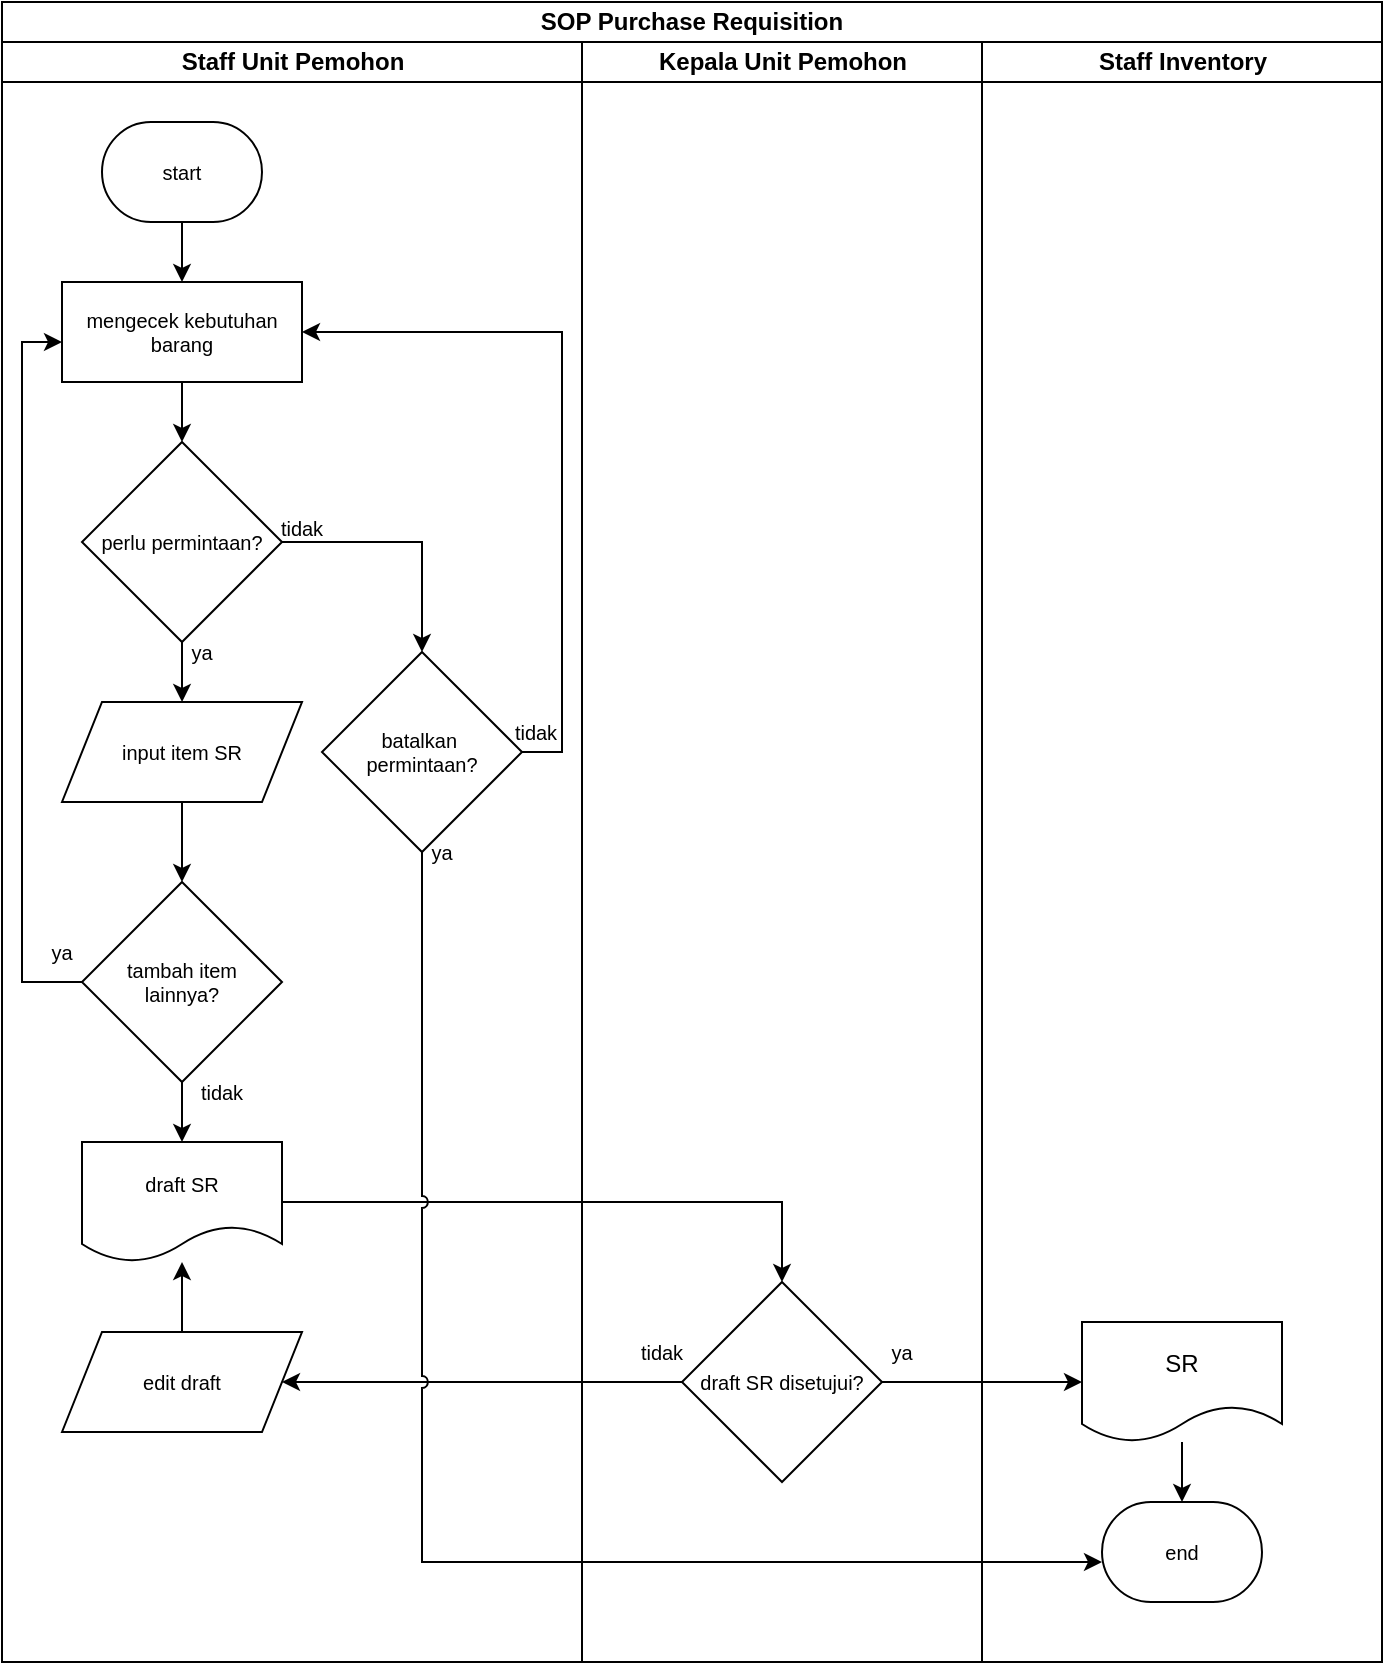
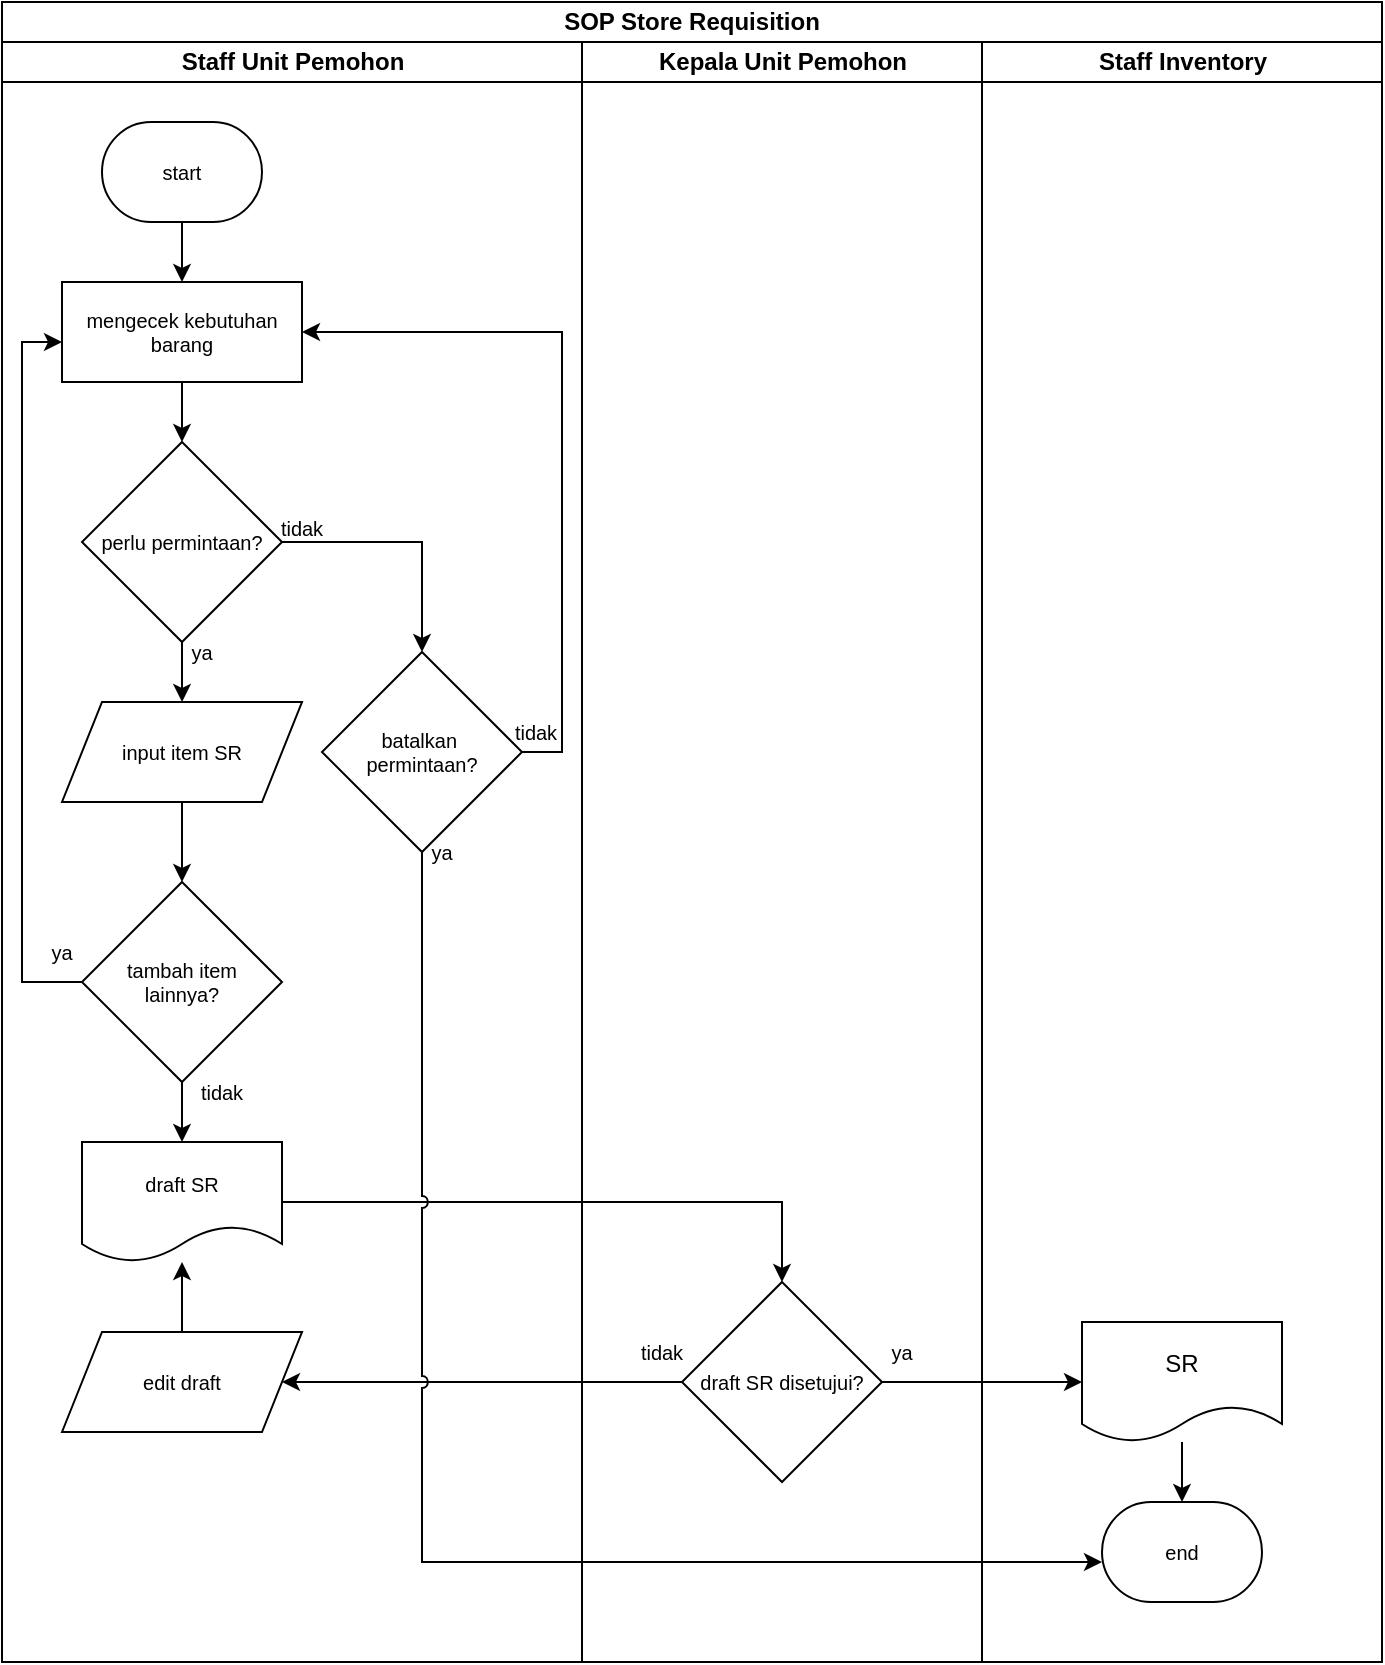
<mxfile host="app.diagrams.net" pages="2">
  <diagram name="SOP SR" id="mYAdajV0IufZudDyt58S">
-     <mxGraphModel dx="849" dy="478" grid="1" gridSize="10" guides="1" tooltips="1" connect="1" arrows="1" fold="1" page="1" pageScale="1" pageWidth="850" pageHeight="1100" math="0" shadow="0">
+     <mxGraphModel dx="1220" dy="688" grid="1" gridSize="10" guides="1" tooltips="1" connect="1" arrows="1" fold="1" page="1" pageScale="1" pageWidth="850" pageHeight="1100" math="0" shadow="0">
      <root>
        <mxCell id="ewqPmyVIHkz6pLOVAfYW-0" />
        <mxCell id="ewqPmyVIHkz6pLOVAfYW-1" parent="ewqPmyVIHkz6pLOVAfYW-0" />
-         <mxCell id="ewqPmyVIHkz6pLOVAfYW-2" parent="ewqPmyVIHkz6pLOVAfYW-1" style="swimlane;html=1;childLayout=stackLayout;resizeParent=1;resizeParentMax=0;startSize=20;whiteSpace=wrap;" value="SOP Purchase Requisition" vertex="1">
+         <mxCell id="ewqPmyVIHkz6pLOVAfYW-2" parent="ewqPmyVIHkz6pLOVAfYW-1" style="swimlane;html=1;childLayout=stackLayout;resizeParent=1;resizeParentMax=0;startSize=20;whiteSpace=wrap;" value="SOP Store Requisition" vertex="1">
          <mxGeometry height="830" width="690" x="610" y="360" as="geometry">
            <mxRectangle height="30" width="210" x="140" y="110" as="alternateBounds" />
          </mxGeometry>
        </mxCell>
        <mxCell id="ewqPmyVIHkz6pLOVAfYW-3" parent="ewqPmyVIHkz6pLOVAfYW-2" style="swimlane;html=1;startSize=20;" value="Staff Unit Pemohon" vertex="1">
          <mxGeometry height="810" width="290" y="20" as="geometry" />
        </mxCell>
        <mxCell id="ewqPmyVIHkz6pLOVAfYW-4" parent="ewqPmyVIHkz6pLOVAfYW-3" style="strokeWidth=1;html=1;shape=mxgraph.flowchart.terminator;whiteSpace=wrap;fontSize=10;align=center;horizontal=1;spacing=0;" value="start" vertex="1">
          <mxGeometry height="50" width="80" x="50" y="40" as="geometry" />
        </mxCell>
        <mxCell id="ewqPmyVIHkz6pLOVAfYW-5" parent="ewqPmyVIHkz6pLOVAfYW-3" style="rounded=0;whiteSpace=wrap;html=1;absoluteArcSize=1;arcSize=7;strokeWidth=1;fontSize=10;" value="mengecek kebutuhan barang" vertex="1">
          <mxGeometry height="50" width="120" x="30" y="120" as="geometry" />
        </mxCell>
        <mxCell id="ewqPmyVIHkz6pLOVAfYW-6" edge="1" parent="ewqPmyVIHkz6pLOVAfYW-3" source="ewqPmyVIHkz6pLOVAfYW-5" style="edgeStyle=orthogonalEdgeStyle;rounded=0;orthogonalLoop=1;jettySize=auto;html=1;" value="">
          <mxGeometry relative="1" as="geometry">
            <mxPoint x="90" y="200" as="targetPoint" />
          </mxGeometry>
        </mxCell>
        <mxCell id="ewqPmyVIHkz6pLOVAfYW-7" edge="1" parent="ewqPmyVIHkz6pLOVAfYW-3" source="ewqPmyVIHkz6pLOVAfYW-4" style="edgeStyle=orthogonalEdgeStyle;rounded=0;orthogonalLoop=1;jettySize=auto;html=1;" target="ewqPmyVIHkz6pLOVAfYW-5" value="">
          <mxGeometry relative="1" as="geometry" />
        </mxCell>
        <mxCell id="ewqPmyVIHkz6pLOVAfYW-8" edge="1" parent="ewqPmyVIHkz6pLOVAfYW-3" source="ewqPmyVIHkz6pLOVAfYW-9" style="edgeStyle=orthogonalEdgeStyle;rounded=0;orthogonalLoop=1;jettySize=auto;html=1;" value="">
          <mxGeometry relative="1" as="geometry">
            <mxPoint x="90.02564102564111" y="330" as="targetPoint" />
          </mxGeometry>
        </mxCell>
        <mxCell id="ewqPmyVIHkz6pLOVAfYW-9" parent="ewqPmyVIHkz6pLOVAfYW-3" style="rhombus;whiteSpace=wrap;html=1;fontSize=10;" value="perlu permintaan?" vertex="1">
          <mxGeometry height="100" width="100" x="40" y="200" as="geometry" />
        </mxCell>
        <mxCell id="ewqPmyVIHkz6pLOVAfYW-10" edge="1" parent="ewqPmyVIHkz6pLOVAfYW-3" source="ewqPmyVIHkz6pLOVAfYW-14" style="edgeStyle=orthogonalEdgeStyle;rounded=0;orthogonalLoop=1;jettySize=auto;html=1;" target="ewqPmyVIHkz6pLOVAfYW-13" value="">
          <mxGeometry relative="1" as="geometry">
            <Array as="points" />
            <mxPoint x="90" y="380" as="sourcePoint" />
          </mxGeometry>
        </mxCell>
        <mxCell id="ewqPmyVIHkz6pLOVAfYW-11" edge="1" parent="ewqPmyVIHkz6pLOVAfYW-3" source="ewqPmyVIHkz6pLOVAfYW-13" style="edgeStyle=orthogonalEdgeStyle;rounded=0;orthogonalLoop=1;jettySize=auto;html=1;" target="ewqPmyVIHkz6pLOVAfYW-5">
          <mxGeometry relative="1" as="geometry">
            <Array as="points">
              <mxPoint x="10" y="470" />
              <mxPoint x="10" y="150" />
            </Array>
            <mxPoint x="90" y="110" as="targetPoint" />
          </mxGeometry>
        </mxCell>
        <mxCell id="ewqPmyVIHkz6pLOVAfYW-12" edge="1" parent="ewqPmyVIHkz6pLOVAfYW-3" source="ewqPmyVIHkz6pLOVAfYW-13" style="edgeStyle=orthogonalEdgeStyle;rounded=0;orthogonalLoop=1;jettySize=auto;html=1;" value="">
          <mxGeometry relative="1" as="geometry">
            <mxPoint x="90" y="550" as="targetPoint" />
          </mxGeometry>
        </mxCell>
        <mxCell id="ewqPmyVIHkz6pLOVAfYW-13" parent="ewqPmyVIHkz6pLOVAfYW-3" style="rhombus;whiteSpace=wrap;html=1;fontSize=10;" value="tambah item&lt;div&gt;lainnya?&lt;/div&gt;" vertex="1">
          <mxGeometry height="100" width="100" x="40" y="420" as="geometry" />
        </mxCell>
        <mxCell id="ewqPmyVIHkz6pLOVAfYW-14" parent="ewqPmyVIHkz6pLOVAfYW-3" style="shape=parallelogram;perimeter=parallelogramPerimeter;whiteSpace=wrap;html=1;fixedSize=1;" value="&lt;div style=&quot;&quot;&gt;&lt;span style=&quot;font-size: 10px;&quot;&gt;input item SR&lt;/span&gt;&lt;/div&gt;" vertex="1">
          <mxGeometry height="50" width="120" x="30" y="330" as="geometry" />
        </mxCell>
        <mxCell id="ewqPmyVIHkz6pLOVAfYW-15" parent="ewqPmyVIHkz6pLOVAfYW-3" style="shape=document;whiteSpace=wrap;html=1;boundedLbl=1;" value="&lt;font style=&quot;font-size: 10px;&quot;&gt;draft SR&lt;/font&gt;" vertex="1">
          <mxGeometry height="60" width="100" x="40" y="550" as="geometry" />
        </mxCell>
        <mxCell id="ewqPmyVIHkz6pLOVAfYW-16" edge="1" parent="ewqPmyVIHkz6pLOVAfYW-3" source="ewqPmyVIHkz6pLOVAfYW-17" style="edgeStyle=orthogonalEdgeStyle;rounded=0;orthogonalLoop=1;jettySize=auto;html=1;" target="ewqPmyVIHkz6pLOVAfYW-15" value="">
          <mxGeometry relative="1" as="geometry" />
        </mxCell>
        <mxCell id="ewqPmyVIHkz6pLOVAfYW-17" parent="ewqPmyVIHkz6pLOVAfYW-3" style="shape=parallelogram;perimeter=parallelogramPerimeter;whiteSpace=wrap;html=1;fixedSize=1;" value="&lt;span style=&quot;font-size: 10px;&quot;&gt;edit draft&lt;/span&gt;" vertex="1">
          <mxGeometry height="50" width="120" x="30" y="645" as="geometry" />
        </mxCell>
        <mxCell id="ewqPmyVIHkz6pLOVAfYW-18" edge="1" parent="ewqPmyVIHkz6pLOVAfYW-3" source="ewqPmyVIHkz6pLOVAfYW-9" style="edgeStyle=orthogonalEdgeStyle;rounded=0;orthogonalLoop=1;jettySize=auto;html=1;" target="ewqPmyVIHkz6pLOVAfYW-20">
          <mxGeometry relative="1" as="geometry">
            <Array as="points">
              <mxPoint x="210" y="250" />
            </Array>
          </mxGeometry>
        </mxCell>
        <mxCell id="ewqPmyVIHkz6pLOVAfYW-19" edge="1" parent="ewqPmyVIHkz6pLOVAfYW-3" source="ewqPmyVIHkz6pLOVAfYW-20" style="edgeStyle=orthogonalEdgeStyle;rounded=0;orthogonalLoop=1;jettySize=auto;html=1;" target="ewqPmyVIHkz6pLOVAfYW-5">
          <mxGeometry relative="1" as="geometry">
            <Array as="points">
              <mxPoint x="280" y="355" />
              <mxPoint x="280" y="145" />
            </Array>
          </mxGeometry>
        </mxCell>
        <mxCell id="ewqPmyVIHkz6pLOVAfYW-20" parent="ewqPmyVIHkz6pLOVAfYW-3" style="rhombus;whiteSpace=wrap;html=1;fontSize=10;" value="batalkan&amp;nbsp;&lt;div&gt;permintaan?&lt;/div&gt;" vertex="1">
          <mxGeometry height="100" width="100" x="160" y="305" as="geometry" />
        </mxCell>
        <mxCell id="ewqPmyVIHkz6pLOVAfYW-21" parent="ewqPmyVIHkz6pLOVAfYW-3" style="text;html=1;align=center;verticalAlign=middle;whiteSpace=wrap;rounded=0;" value="&lt;font style=&quot;font-size: 10px;&quot;&gt;tidak&lt;/font&gt;" vertex="1">
          <mxGeometry height="30" width="60" x="120" y="228" as="geometry" />
        </mxCell>
        <mxCell id="ewqPmyVIHkz6pLOVAfYW-22" parent="ewqPmyVIHkz6pLOVAfYW-3" style="text;html=1;align=center;verticalAlign=middle;whiteSpace=wrap;rounded=0;" value="&lt;font style=&quot;font-size: 10px;&quot;&gt;ya&lt;/font&gt;" vertex="1">
          <mxGeometry height="30" width="60" x="70" y="290" as="geometry" />
        </mxCell>
        <mxCell id="ewqPmyVIHkz6pLOVAfYW-23" parent="ewqPmyVIHkz6pLOVAfYW-3" style="text;html=1;align=center;verticalAlign=middle;whiteSpace=wrap;rounded=0;" value="&lt;font style=&quot;font-size: 10px;&quot;&gt;tidak&lt;/font&gt;" vertex="1">
          <mxGeometry height="30" width="60" x="237" y="330" as="geometry" />
        </mxCell>
        <mxCell id="ewqPmyVIHkz6pLOVAfYW-24" parent="ewqPmyVIHkz6pLOVAfYW-3" style="text;html=1;align=center;verticalAlign=middle;whiteSpace=wrap;rounded=0;" value="&lt;font style=&quot;font-size: 10px;&quot;&gt;ya&lt;/font&gt;" vertex="1">
          <mxGeometry height="30" width="60" x="190" y="390" as="geometry" />
        </mxCell>
        <mxCell id="ewqPmyVIHkz6pLOVAfYW-25" parent="ewqPmyVIHkz6pLOVAfYW-3" style="text;html=1;align=center;verticalAlign=middle;whiteSpace=wrap;rounded=0;" value="&lt;font style=&quot;font-size: 10px;&quot;&gt;tidak&lt;/font&gt;" vertex="1">
          <mxGeometry height="30" width="60" x="80" y="510" as="geometry" />
        </mxCell>
        <mxCell id="ewqPmyVIHkz6pLOVAfYW-26" parent="ewqPmyVIHkz6pLOVAfYW-3" style="text;html=1;align=center;verticalAlign=middle;whiteSpace=wrap;rounded=0;" value="&lt;font style=&quot;font-size: 10px;&quot;&gt;ya&lt;/font&gt;" vertex="1">
          <mxGeometry height="30" width="60" y="440" as="geometry" />
        </mxCell>
        <mxCell id="ewqPmyVIHkz6pLOVAfYW-27" parent="ewqPmyVIHkz6pLOVAfYW-2" style="swimlane;html=1;startSize=20;" value="Kepala Unit Pemohon" vertex="1">
          <mxGeometry height="810" width="200" x="290" y="20" as="geometry" />
        </mxCell>
        <mxCell id="ewqPmyVIHkz6pLOVAfYW-28" parent="ewqPmyVIHkz6pLOVAfYW-27" style="rhombus;whiteSpace=wrap;html=1;fontSize=10;" value="draft SR disetujui?" vertex="1">
          <mxGeometry height="100" width="100" x="50" y="620" as="geometry" />
        </mxCell>
        <mxCell id="ewqPmyVIHkz6pLOVAfYW-29" parent="ewqPmyVIHkz6pLOVAfYW-27" style="text;html=1;align=center;verticalAlign=middle;whiteSpace=wrap;rounded=0;" value="&lt;font style=&quot;font-size: 10px;&quot;&gt;tidak&lt;/font&gt;" vertex="1">
          <mxGeometry height="30" width="60" x="10" y="640" as="geometry" />
        </mxCell>
        <mxCell id="ewqPmyVIHkz6pLOVAfYW-30" parent="ewqPmyVIHkz6pLOVAfYW-27" style="text;html=1;align=center;verticalAlign=middle;whiteSpace=wrap;rounded=0;" value="&lt;font style=&quot;font-size: 10px;&quot;&gt;ya&lt;/font&gt;" vertex="1">
          <mxGeometry height="30" width="60" x="130" y="640" as="geometry" />
        </mxCell>
        <mxCell id="ewqPmyVIHkz6pLOVAfYW-31" parent="ewqPmyVIHkz6pLOVAfYW-2" style="swimlane;html=1;startSize=20;" value="Staff Inventory" vertex="1">
          <mxGeometry height="810" width="200" x="490" y="20" as="geometry">
            <mxRectangle height="810" width="40" x="490" y="20" as="alternateBounds" />
          </mxGeometry>
        </mxCell>
        <mxCell id="ewqPmyVIHkz6pLOVAfYW-32" edge="1" parent="ewqPmyVIHkz6pLOVAfYW-31" source="ewqPmyVIHkz6pLOVAfYW-33" style="edgeStyle=orthogonalEdgeStyle;rounded=0;orthogonalLoop=1;jettySize=auto;html=1;" target="ewqPmyVIHkz6pLOVAfYW-34" value="">
          <mxGeometry relative="1" as="geometry" />
        </mxCell>
        <mxCell id="ewqPmyVIHkz6pLOVAfYW-33" parent="ewqPmyVIHkz6pLOVAfYW-31" style="shape=document;whiteSpace=wrap;html=1;boundedLbl=1;" value="SR" vertex="1">
          <mxGeometry height="60" width="100" x="50" y="640" as="geometry" />
        </mxCell>
        <mxCell id="ewqPmyVIHkz6pLOVAfYW-34" parent="ewqPmyVIHkz6pLOVAfYW-31" style="strokeWidth=1;html=1;shape=mxgraph.flowchart.terminator;whiteSpace=wrap;fontSize=10;align=center;horizontal=1;spacing=0;" value="end" vertex="1">
          <mxGeometry height="50" width="80" x="60" y="730" as="geometry" />
        </mxCell>
        <mxCell id="ewqPmyVIHkz6pLOVAfYW-35" edge="1" parent="ewqPmyVIHkz6pLOVAfYW-2" source="ewqPmyVIHkz6pLOVAfYW-15" style="edgeStyle=orthogonalEdgeStyle;rounded=0;orthogonalLoop=1;jettySize=auto;html=1;" target="ewqPmyVIHkz6pLOVAfYW-28">
          <mxGeometry relative="1" as="geometry" />
        </mxCell>
        <mxCell id="ewqPmyVIHkz6pLOVAfYW-36" edge="1" parent="ewqPmyVIHkz6pLOVAfYW-2" source="ewqPmyVIHkz6pLOVAfYW-28" style="edgeStyle=orthogonalEdgeStyle;rounded=0;orthogonalLoop=1;jettySize=auto;html=1;" target="ewqPmyVIHkz6pLOVAfYW-33" value="">
          <mxGeometry relative="1" as="geometry" />
        </mxCell>
        <mxCell id="ewqPmyVIHkz6pLOVAfYW-37" edge="1" parent="ewqPmyVIHkz6pLOVAfYW-2" source="ewqPmyVIHkz6pLOVAfYW-28" style="edgeStyle=orthogonalEdgeStyle;rounded=0;orthogonalLoop=1;jettySize=auto;html=1;" target="ewqPmyVIHkz6pLOVAfYW-17">
          <mxGeometry relative="1" as="geometry">
            <Array as="points" />
            <mxPoint x="100" y="690" as="targetPoint" />
          </mxGeometry>
        </mxCell>
        <mxCell id="ewqPmyVIHkz6pLOVAfYW-38" edge="1" parent="ewqPmyVIHkz6pLOVAfYW-2" source="ewqPmyVIHkz6pLOVAfYW-20" style="edgeStyle=orthogonalEdgeStyle;rounded=0;orthogonalLoop=1;jettySize=auto;html=1;jumpStyle=arc;" target="ewqPmyVIHkz6pLOVAfYW-34">
          <mxGeometry relative="1" as="geometry">
            <Array as="points">
              <mxPoint x="210" y="780" />
            </Array>
          </mxGeometry>
        </mxCell>
      </root>
    </mxGraphModel>
  </diagram>
  <diagram name="SOP PR" id="-7YdF_Z_4hD_neaPn9do">
    <mxGraphModel dx="849" dy="478" grid="1" gridSize="10" guides="1" tooltips="1" connect="1" arrows="1" fold="1" page="1" pageScale="1" pageWidth="850" pageHeight="1100" math="0" shadow="0">
      <root>
        <mxCell id="0" />
        <mxCell id="1" parent="0" />
        <mxCell id="FgAdxiRBUQnmOL_wIOqZ-3" parent="1" style="swimlane;html=1;childLayout=stackLayout;resizeParent=1;resizeParentMax=0;startSize=20;whiteSpace=wrap;" value="SOP Purchase Requisition" vertex="1">
          <mxGeometry height="830" width="690" x="610" y="360" as="geometry">
            <mxRectangle height="30" width="210" x="140" y="110" as="alternateBounds" />
          </mxGeometry>
        </mxCell>
        <mxCell id="FgAdxiRBUQnmOL_wIOqZ-4" parent="FgAdxiRBUQnmOL_wIOqZ-3" style="swimlane;html=1;startSize=20;" value="Staff Inventory" vertex="1">
          <mxGeometry height="810" width="290" y="20" as="geometry" />
        </mxCell>
        <mxCell id="FgAdxiRBUQnmOL_wIOqZ-5" parent="FgAdxiRBUQnmOL_wIOqZ-4" style="strokeWidth=1;html=1;shape=mxgraph.flowchart.terminator;whiteSpace=wrap;fontSize=10;align=center;horizontal=1;spacing=0;" value="start" vertex="1">
          <mxGeometry height="50" width="80" x="50" y="40" as="geometry" />
        </mxCell>
        <mxCell id="FgAdxiRBUQnmOL_wIOqZ-6" parent="FgAdxiRBUQnmOL_wIOqZ-4" style="rounded=0;whiteSpace=wrap;html=1;absoluteArcSize=1;arcSize=7;strokeWidth=1;fontSize=10;" value="mengecek stok&lt;div&gt;barang&lt;/div&gt;" vertex="1">
          <mxGeometry height="50" width="120" x="30" y="120" as="geometry" />
        </mxCell>
        <mxCell id="FgAdxiRBUQnmOL_wIOqZ-7" edge="1" parent="FgAdxiRBUQnmOL_wIOqZ-4" source="FgAdxiRBUQnmOL_wIOqZ-6" style="edgeStyle=orthogonalEdgeStyle;rounded=0;orthogonalLoop=1;jettySize=auto;html=1;" value="">
          <mxGeometry relative="1" as="geometry">
            <mxPoint x="90" y="200" as="targetPoint" />
          </mxGeometry>
        </mxCell>
        <mxCell id="FgAdxiRBUQnmOL_wIOqZ-8" edge="1" parent="FgAdxiRBUQnmOL_wIOqZ-4" source="FgAdxiRBUQnmOL_wIOqZ-5" style="edgeStyle=orthogonalEdgeStyle;rounded=0;orthogonalLoop=1;jettySize=auto;html=1;" target="FgAdxiRBUQnmOL_wIOqZ-6" value="">
          <mxGeometry relative="1" as="geometry" />
        </mxCell>
        <mxCell id="FgAdxiRBUQnmOL_wIOqZ-9" edge="1" parent="FgAdxiRBUQnmOL_wIOqZ-4" source="FgAdxiRBUQnmOL_wIOqZ-10" style="edgeStyle=orthogonalEdgeStyle;rounded=0;orthogonalLoop=1;jettySize=auto;html=1;" value="">
          <mxGeometry relative="1" as="geometry">
            <mxPoint x="90.02564102564111" y="330" as="targetPoint" />
          </mxGeometry>
        </mxCell>
        <mxCell id="FgAdxiRBUQnmOL_wIOqZ-10" parent="FgAdxiRBUQnmOL_wIOqZ-4" style="rhombus;whiteSpace=wrap;html=1;fontSize=10;" value="perlu&lt;div&gt;pengadaan?&lt;/div&gt;" vertex="1">
          <mxGeometry height="100" width="100" x="40" y="200" as="geometry" />
        </mxCell>
        <mxCell id="FgAdxiRBUQnmOL_wIOqZ-11" edge="1" parent="FgAdxiRBUQnmOL_wIOqZ-4" source="FgAdxiRBUQnmOL_wIOqZ-15" style="edgeStyle=orthogonalEdgeStyle;rounded=0;orthogonalLoop=1;jettySize=auto;html=1;" target="FgAdxiRBUQnmOL_wIOqZ-14" value="">
          <mxGeometry relative="1" as="geometry">
            <Array as="points" />
            <mxPoint x="90" y="380" as="sourcePoint" />
          </mxGeometry>
        </mxCell>
        <mxCell id="FgAdxiRBUQnmOL_wIOqZ-12" edge="1" parent="FgAdxiRBUQnmOL_wIOqZ-4" source="FgAdxiRBUQnmOL_wIOqZ-14" style="edgeStyle=orthogonalEdgeStyle;rounded=0;orthogonalLoop=1;jettySize=auto;html=1;" target="FgAdxiRBUQnmOL_wIOqZ-6">
          <mxGeometry relative="1" as="geometry">
            <Array as="points">
              <mxPoint x="10" y="470" />
              <mxPoint x="10" y="150" />
            </Array>
            <mxPoint x="90" y="110" as="targetPoint" />
          </mxGeometry>
        </mxCell>
        <mxCell id="FgAdxiRBUQnmOL_wIOqZ-13" edge="1" parent="FgAdxiRBUQnmOL_wIOqZ-4" source="FgAdxiRBUQnmOL_wIOqZ-14" style="edgeStyle=orthogonalEdgeStyle;rounded=0;orthogonalLoop=1;jettySize=auto;html=1;" value="">
          <mxGeometry relative="1" as="geometry">
            <mxPoint x="90" y="550" as="targetPoint" />
          </mxGeometry>
        </mxCell>
        <mxCell id="FgAdxiRBUQnmOL_wIOqZ-14" parent="FgAdxiRBUQnmOL_wIOqZ-4" style="rhombus;whiteSpace=wrap;html=1;fontSize=10;" value="tambah item&lt;div&gt;lainnya?&lt;/div&gt;" vertex="1">
          <mxGeometry height="100" width="100" x="40" y="420" as="geometry" />
        </mxCell>
        <mxCell id="FgAdxiRBUQnmOL_wIOqZ-15" parent="FgAdxiRBUQnmOL_wIOqZ-4" style="shape=parallelogram;perimeter=parallelogramPerimeter;whiteSpace=wrap;html=1;fixedSize=1;" value="&lt;div style=&quot;font-size: 10px;&quot;&gt;&lt;font style=&quot;font-size: 10px;&quot;&gt;input&lt;/font&gt;&lt;/div&gt;&lt;div style=&quot;font-size: 10px;&quot;&gt;&lt;font style=&quot;font-size: 10px;&quot;&gt;item PR&lt;/font&gt;&lt;/div&gt;" vertex="1">
          <mxGeometry height="50" width="120" x="30" y="330" as="geometry" />
        </mxCell>
        <mxCell id="FgAdxiRBUQnmOL_wIOqZ-16" parent="FgAdxiRBUQnmOL_wIOqZ-4" style="shape=document;whiteSpace=wrap;html=1;boundedLbl=1;" value="&lt;font style=&quot;font-size: 10px;&quot;&gt;draft PR&lt;/font&gt;" vertex="1">
          <mxGeometry height="60" width="100" x="40" y="550" as="geometry" />
        </mxCell>
        <mxCell id="FgAdxiRBUQnmOL_wIOqZ-17" edge="1" parent="FgAdxiRBUQnmOL_wIOqZ-4" source="FgAdxiRBUQnmOL_wIOqZ-18" style="edgeStyle=orthogonalEdgeStyle;rounded=0;orthogonalLoop=1;jettySize=auto;html=1;" target="FgAdxiRBUQnmOL_wIOqZ-16" value="">
          <mxGeometry relative="1" as="geometry" />
        </mxCell>
        <mxCell id="FgAdxiRBUQnmOL_wIOqZ-18" parent="FgAdxiRBUQnmOL_wIOqZ-4" style="shape=parallelogram;perimeter=parallelogramPerimeter;whiteSpace=wrap;html=1;fixedSize=1;" value="&lt;span style=&quot;font-size: 10px;&quot;&gt;edit draft&lt;/span&gt;" vertex="1">
          <mxGeometry height="50" width="120" x="30" y="645" as="geometry" />
        </mxCell>
        <mxCell id="FgAdxiRBUQnmOL_wIOqZ-19" edge="1" parent="FgAdxiRBUQnmOL_wIOqZ-4" source="FgAdxiRBUQnmOL_wIOqZ-10" style="edgeStyle=orthogonalEdgeStyle;rounded=0;orthogonalLoop=1;jettySize=auto;html=1;" target="FgAdxiRBUQnmOL_wIOqZ-21">
          <mxGeometry relative="1" as="geometry">
            <Array as="points">
              <mxPoint x="210" y="250" />
            </Array>
          </mxGeometry>
        </mxCell>
        <mxCell id="FgAdxiRBUQnmOL_wIOqZ-20" edge="1" parent="FgAdxiRBUQnmOL_wIOqZ-4" source="FgAdxiRBUQnmOL_wIOqZ-21" style="edgeStyle=orthogonalEdgeStyle;rounded=0;orthogonalLoop=1;jettySize=auto;html=1;" target="FgAdxiRBUQnmOL_wIOqZ-6">
          <mxGeometry relative="1" as="geometry">
            <Array as="points">
              <mxPoint x="280" y="355" />
              <mxPoint x="280" y="145" />
            </Array>
          </mxGeometry>
        </mxCell>
        <mxCell id="FgAdxiRBUQnmOL_wIOqZ-21" parent="FgAdxiRBUQnmOL_wIOqZ-4" style="rhombus;whiteSpace=wrap;html=1;fontSize=10;" value="batalkan&lt;div&gt;pengadaan?&lt;/div&gt;" vertex="1">
          <mxGeometry height="100" width="100" x="160" y="305" as="geometry" />
        </mxCell>
        <mxCell id="FgAdxiRBUQnmOL_wIOqZ-22" parent="FgAdxiRBUQnmOL_wIOqZ-4" style="text;html=1;align=center;verticalAlign=middle;whiteSpace=wrap;rounded=0;" value="&lt;font style=&quot;font-size: 10px;&quot;&gt;tidak&lt;/font&gt;" vertex="1">
          <mxGeometry height="30" width="60" x="120" y="228" as="geometry" />
        </mxCell>
        <mxCell id="FgAdxiRBUQnmOL_wIOqZ-23" parent="FgAdxiRBUQnmOL_wIOqZ-4" style="text;html=1;align=center;verticalAlign=middle;whiteSpace=wrap;rounded=0;" value="&lt;font style=&quot;font-size: 10px;&quot;&gt;ya&lt;/font&gt;" vertex="1">
          <mxGeometry height="30" width="60" x="70" y="290" as="geometry" />
        </mxCell>
        <mxCell id="FgAdxiRBUQnmOL_wIOqZ-24" parent="FgAdxiRBUQnmOL_wIOqZ-4" style="text;html=1;align=center;verticalAlign=middle;whiteSpace=wrap;rounded=0;" value="&lt;font style=&quot;font-size: 10px;&quot;&gt;tidak&lt;/font&gt;" vertex="1">
          <mxGeometry height="30" width="60" x="237" y="330" as="geometry" />
        </mxCell>
        <mxCell id="FgAdxiRBUQnmOL_wIOqZ-25" parent="FgAdxiRBUQnmOL_wIOqZ-4" style="text;html=1;align=center;verticalAlign=middle;whiteSpace=wrap;rounded=0;" value="&lt;font style=&quot;font-size: 10px;&quot;&gt;ya&lt;/font&gt;" vertex="1">
          <mxGeometry height="30" width="60" x="190" y="390" as="geometry" />
        </mxCell>
        <mxCell id="FgAdxiRBUQnmOL_wIOqZ-26" parent="FgAdxiRBUQnmOL_wIOqZ-4" style="text;html=1;align=center;verticalAlign=middle;whiteSpace=wrap;rounded=0;" value="&lt;font style=&quot;font-size: 10px;&quot;&gt;tidak&lt;/font&gt;" vertex="1">
          <mxGeometry height="30" width="60" x="80" y="510" as="geometry" />
        </mxCell>
        <mxCell id="FgAdxiRBUQnmOL_wIOqZ-27" parent="FgAdxiRBUQnmOL_wIOqZ-4" style="text;html=1;align=center;verticalAlign=middle;whiteSpace=wrap;rounded=0;" value="&lt;font style=&quot;font-size: 10px;&quot;&gt;ya&lt;/font&gt;" vertex="1">
          <mxGeometry height="30" width="60" y="440" as="geometry" />
        </mxCell>
        <mxCell id="FgAdxiRBUQnmOL_wIOqZ-28" parent="FgAdxiRBUQnmOL_wIOqZ-3" style="swimlane;html=1;startSize=20;" value="Kepala Inventory" vertex="1">
          <mxGeometry height="810" width="200" x="290" y="20" as="geometry" />
        </mxCell>
        <mxCell id="FgAdxiRBUQnmOL_wIOqZ-29" parent="FgAdxiRBUQnmOL_wIOqZ-28" style="rhombus;whiteSpace=wrap;html=1;fontSize=10;" value="draft PR&lt;div&gt;disetujui?&lt;/div&gt;" vertex="1">
          <mxGeometry height="100" width="100" x="50" y="620" as="geometry" />
        </mxCell>
        <mxCell id="FgAdxiRBUQnmOL_wIOqZ-30" parent="FgAdxiRBUQnmOL_wIOqZ-28" style="text;html=1;align=center;verticalAlign=middle;whiteSpace=wrap;rounded=0;" value="&lt;font style=&quot;font-size: 10px;&quot;&gt;tidak&lt;/font&gt;" vertex="1">
          <mxGeometry height="30" width="60" x="10" y="640" as="geometry" />
        </mxCell>
        <mxCell id="FgAdxiRBUQnmOL_wIOqZ-31" parent="FgAdxiRBUQnmOL_wIOqZ-28" style="text;html=1;align=center;verticalAlign=middle;whiteSpace=wrap;rounded=0;" value="&lt;font style=&quot;font-size: 10px;&quot;&gt;ya&lt;/font&gt;" vertex="1">
          <mxGeometry height="30" width="60" x="130" y="640" as="geometry" />
        </mxCell>
        <mxCell id="FgAdxiRBUQnmOL_wIOqZ-32" parent="FgAdxiRBUQnmOL_wIOqZ-3" style="swimlane;html=1;startSize=20;" value="Staff Purchasing" vertex="1">
          <mxGeometry height="810" width="200" x="490" y="20" as="geometry">
            <mxRectangle height="810" width="40" x="490" y="20" as="alternateBounds" />
          </mxGeometry>
        </mxCell>
        <mxCell id="FgAdxiRBUQnmOL_wIOqZ-33" edge="1" parent="FgAdxiRBUQnmOL_wIOqZ-32" source="FgAdxiRBUQnmOL_wIOqZ-34" style="edgeStyle=orthogonalEdgeStyle;rounded=0;orthogonalLoop=1;jettySize=auto;html=1;" target="FgAdxiRBUQnmOL_wIOqZ-35" value="">
          <mxGeometry relative="1" as="geometry" />
        </mxCell>
        <mxCell id="FgAdxiRBUQnmOL_wIOqZ-34" parent="FgAdxiRBUQnmOL_wIOqZ-32" style="shape=document;whiteSpace=wrap;html=1;boundedLbl=1;" value="PR" vertex="1">
          <mxGeometry height="60" width="100" x="50" y="640" as="geometry" />
        </mxCell>
        <mxCell id="FgAdxiRBUQnmOL_wIOqZ-35" parent="FgAdxiRBUQnmOL_wIOqZ-32" style="strokeWidth=1;html=1;shape=mxgraph.flowchart.terminator;whiteSpace=wrap;fontSize=10;align=center;horizontal=1;spacing=0;" value="end" vertex="1">
          <mxGeometry height="50" width="80" x="60" y="730" as="geometry" />
        </mxCell>
        <mxCell id="FgAdxiRBUQnmOL_wIOqZ-36" edge="1" parent="FgAdxiRBUQnmOL_wIOqZ-3" source="FgAdxiRBUQnmOL_wIOqZ-16" style="edgeStyle=orthogonalEdgeStyle;rounded=0;orthogonalLoop=1;jettySize=auto;html=1;" target="FgAdxiRBUQnmOL_wIOqZ-29">
          <mxGeometry relative="1" as="geometry" />
        </mxCell>
        <mxCell id="FgAdxiRBUQnmOL_wIOqZ-37" edge="1" parent="FgAdxiRBUQnmOL_wIOqZ-3" source="FgAdxiRBUQnmOL_wIOqZ-29" style="edgeStyle=orthogonalEdgeStyle;rounded=0;orthogonalLoop=1;jettySize=auto;html=1;" target="FgAdxiRBUQnmOL_wIOqZ-34" value="">
          <mxGeometry relative="1" as="geometry" />
        </mxCell>
        <mxCell id="FgAdxiRBUQnmOL_wIOqZ-38" edge="1" parent="FgAdxiRBUQnmOL_wIOqZ-3" source="FgAdxiRBUQnmOL_wIOqZ-29" style="edgeStyle=orthogonalEdgeStyle;rounded=0;orthogonalLoop=1;jettySize=auto;html=1;" target="FgAdxiRBUQnmOL_wIOqZ-18">
          <mxGeometry relative="1" as="geometry">
            <Array as="points" />
            <mxPoint x="100" y="690" as="targetPoint" />
          </mxGeometry>
        </mxCell>
        <mxCell id="FgAdxiRBUQnmOL_wIOqZ-39" edge="1" parent="FgAdxiRBUQnmOL_wIOqZ-3" source="FgAdxiRBUQnmOL_wIOqZ-21" style="edgeStyle=orthogonalEdgeStyle;rounded=0;orthogonalLoop=1;jettySize=auto;html=1;jumpStyle=arc;" target="FgAdxiRBUQnmOL_wIOqZ-35">
          <mxGeometry relative="1" as="geometry">
            <Array as="points">
              <mxPoint x="210" y="780" />
            </Array>
          </mxGeometry>
        </mxCell>
      </root>
    </mxGraphModel>
  </diagram>
</mxfile>
